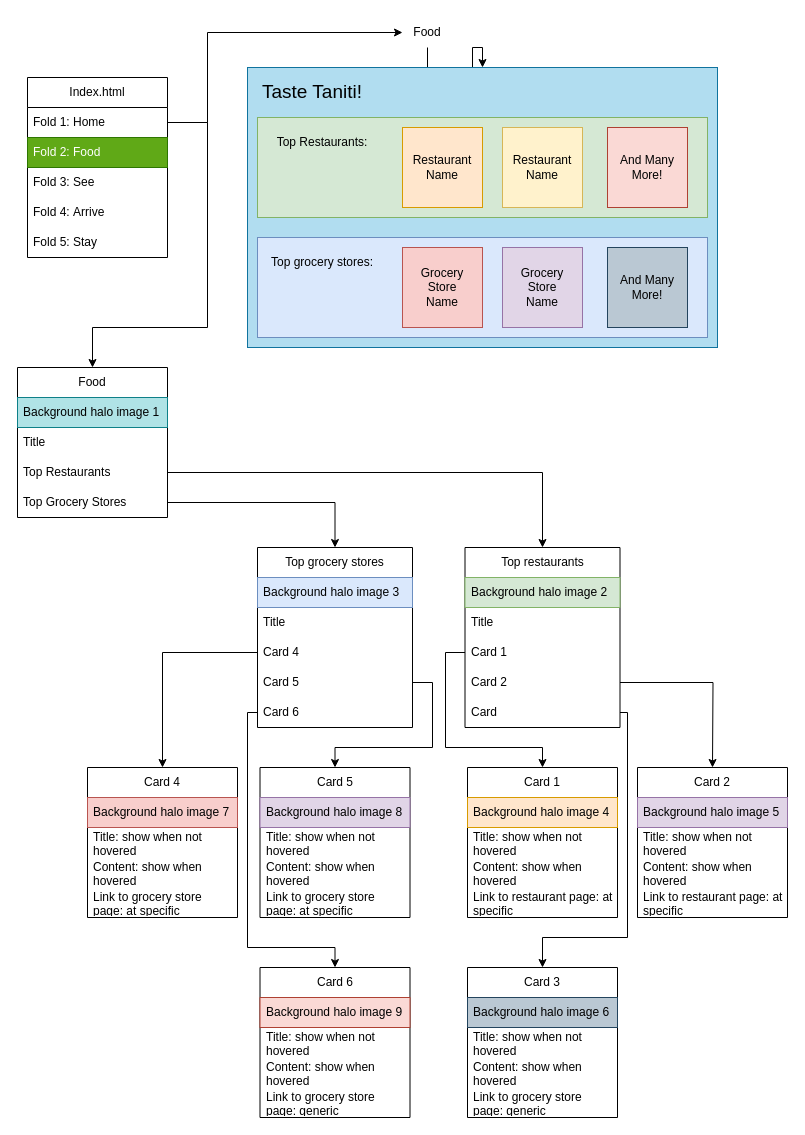
Before: page "Index: Content" (2 of 4) of Wireframe.drawio in Travis-DV/WGU_D479-User-Experience-Design, a draw.io diagram. Source tidied: cells renumbered, new cells numbered last; positions are measured from the earlier drawing's top-left corner, leaving out a move shared by most shapes. Both pictures are drawn from the tidied source at 100%, with x=0, y=0 at pixel (17, 17).
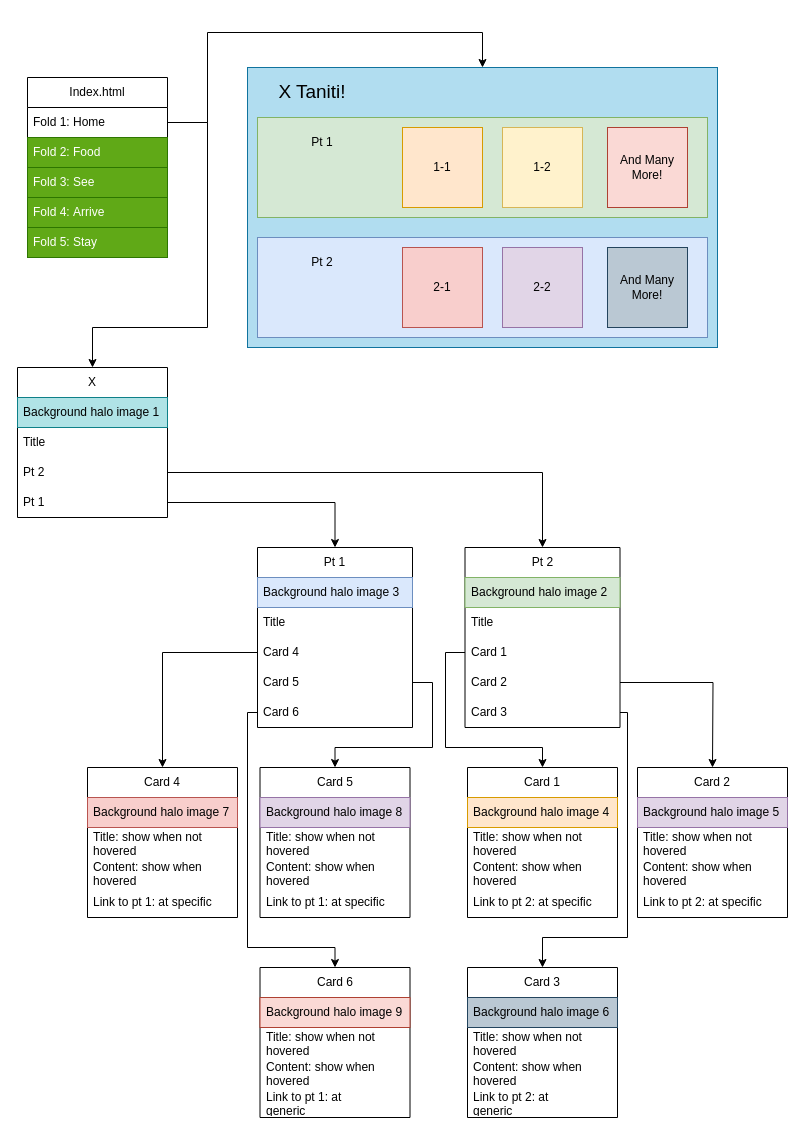
After the change.

The change refers to these unchanged cells:
```xml
<mxCell id="3" value="Index.html" style="swimlane;fontStyle=0;horizontal=1;startSize=30;whiteSpace=wrap;html=1;" parent="1" vertex="1">
  <mxGeometry x="10" y="60" width="140" height="180" as="geometry" />
</mxCell>
<mxCell id="11" style="rounded=0;whiteSpace=wrap;html=1;fillColor=#b1ddf0;strokeColor=#10739e;" parent="1" vertex="1">
  <mxGeometry x="230" y="50" width="470" height="280" as="geometry" />
</mxCell>
<mxCell id="45" value="Card 4" style="swimlane;fontStyle=0;horizontal=1;startSize=30;whiteSpace=wrap;html=1;" parent="1" vertex="1">
  <mxGeometry x="70" y="750" width="150" height="150" as="geometry" />
</mxCell>
<mxCell id="50" value="Card 5" style="swimlane;fontStyle=0;horizontal=1;startSize=30;whiteSpace=wrap;html=1;" parent="1" vertex="1">
  <mxGeometry x="242.5" y="750" width="150" height="150" as="geometry" />
</mxCell>
<mxCell id="57" value="Card 1" style="swimlane;fontStyle=0;horizontal=1;startSize=30;whiteSpace=wrap;html=1;" parent="1" vertex="1">
  <mxGeometry x="450" y="750" width="150" height="150" as="geometry" />
</mxCell>
<mxCell id="62" value="Card 2" style="swimlane;fontStyle=0;horizontal=1;startSize=30;whiteSpace=wrap;html=1;" parent="1" vertex="1">
  <mxGeometry x="620" y="750" width="150" height="150" as="geometry" />
</mxCell>
<mxCell id="73" value="Card 6" style="swimlane;fontStyle=0;horizontal=1;startSize=30;whiteSpace=wrap;html=1;" parent="1" vertex="1">
  <mxGeometry x="242.5" y="950" width="150" height="150" as="geometry" />
</mxCell>
<mxCell id="78" value="Card 3" style="swimlane;fontStyle=0;horizontal=1;startSize=30;whiteSpace=wrap;html=1;" parent="1" vertex="1">
  <mxGeometry x="450" y="950" width="150" height="150" as="geometry" />
</mxCell>
```

Change to the diagram source:
```diff
@@
-    <mxCell id="2" style="edgeStyle=orthogonalEdgeStyle;rounded=0;jettySize=auto;html=1;exitX=1;exitY=0.25;exitDx=0;exitDy=0;entryX=0;entryY=0.5;entryDx=0;entryDy=0;" parent="1" edge="1" source="3" target="10">
+    <mxCell id="2" style="edgeStyle=orthogonalEdgeStyle;rounded=0;jettySize=auto;html=1;exitX=1;exitY=0.25;exitDx=0;exitDy=0;entryX=0.5;entryY=0;entryDx=0;entryDy=0;" parent="1" edge="1" source="3" target="11">
       <mxGeometry relative="1" as="geometry">
         <Array as="points">
           <mxPoint x="190" y="105" />
           <mxPoint x="190" y="15" />
+          <mxPoint x="465" y="15" />
         </Array>
       </mxGeometry>
     </mxCell>
@@
-    <mxCell id="6" value="Fold 3:&amp;nbsp;See" style="text;strokeColor=none;fillColor=none;align=left;verticalAlign=middle;spacingLeft=4;spacingRight=4;overflow=hidden;whiteSpace=wrap;html=1;" parent="3" vertex="1">
+    <mxCell id="6" value="Fold 3:&amp;nbsp;See" style="text;strokeColor=#2D7600;fillColor=#60a917;align=left;verticalAlign=middle;spacingLeft=4;spacingRight=4;overflow=hidden;whiteSpace=wrap;html=1;fontColor=light-dark(#FFFFFF,#FFFFFF);" parent="3" vertex="1">
       <mxGeometry y="90" width="140" height="30" as="geometry" />
     </mxCell>
-    <mxCell id="7" value="Fold 4:&amp;nbsp;Arrive" style="text;strokeColor=none;fillColor=none;align=left;verticalAlign=middle;spacingLeft=4;spacingRight=4;overflow=hidden;whiteSpace=wrap;html=1;" parent="3" vertex="1">
+    <mxCell id="7" value="Fold 4:&amp;nbsp;Arrive" style="text;strokeColor=#2D7600;fillColor=#60a917;align=left;verticalAlign=middle;spacingLeft=4;spacingRight=4;overflow=hidden;whiteSpace=wrap;html=1;fontColor=light-dark(#FFFFFF,#FFFFFF);" parent="3" vertex="1">
       <mxGeometry y="120" width="140" height="30" as="geometry" />
     </mxCell>
-    <mxCell id="8" value="Fold 5: Stay" style="text;strokeColor=none;fillColor=none;align=left;verticalAlign=middle;spacingLeft=4;spacingRight=4;overflow=hidden;whiteSpace=wrap;html=1;" parent="3" vertex="1">
+    <mxCell id="8" value="Fold 5: Stay" style="text;strokeColor=#2D7600;fillColor=#60a917;align=left;verticalAlign=middle;spacingLeft=4;spacingRight=4;overflow=hidden;whiteSpace=wrap;html=1;fontColor=light-dark(#FFFFFF,#FFFFFF);" parent="3" vertex="1">
       <mxGeometry y="150" width="140" height="30" as="geometry" />
     </mxCell>
-    <mxCell id="9" style="edgeStyle=orthogonalEdgeStyle;rounded=0;jettySize=auto;html=1;exitX=0.5;exitY=1;exitDx=0;exitDy=0;entryX=0.5;entryY=0;entryDx=0;entryDy=0;" parent="1" edge="1" source="10" target="11">
-      <mxGeometry relative="1" as="geometry" />
-    </mxCell>
-    <mxCell id="10" value="Food" style="text;html=1;whiteSpace=wrap;strokeColor=none;fillColor=none;align=center;verticalAlign=middle;rounded=0;" parent="1" vertex="1">
-      <mxGeometry x="385" width="50" height="30" as="geometry" />
-    </mxCell>
@@
-    <mxCell id="12" value="Taste Taniti!" style="text;html=1;whiteSpace=wrap;strokeColor=none;fillColor=none;align=center;verticalAlign=middle;rounded=0;fontSize=19;" parent="1" vertex="1">
+    <mxCell id="12" value="X Taniti!" style="text;html=1;whiteSpace=wrap;strokeColor=none;fillColor=none;align=center;verticalAlign=middle;rounded=0;fontSize=19;" parent="1" vertex="1">
       <mxGeometry x="240" y="60" width="110" height="30" as="geometry" />
     </mxCell>
-    <mxCell id="13" value="Food" style="swimlane;fontStyle=0;horizontal=1;startSize=30;whiteSpace=wrap;html=1;" parent="1" vertex="1">
+    <mxCell id="13" value="X" style="swimlane;fontStyle=0;horizontal=1;startSize=30;whiteSpace=wrap;html=1;" parent="1" vertex="1">
       <mxGeometry y="350" width="150" height="150" as="geometry" />
     </mxCell>
@@
-    <mxCell id="16" value="Top Restaurants" style="text;strokeColor=none;fillColor=none;align=left;verticalAlign=middle;spacingLeft=4;spacingRight=4;overflow=hidden;points=[[0,0.5],[1,0.5]];portConstraint=eastwest;whiteSpace=wrap;html=1;" parent="13" vertex="1">
+    <mxCell id="16" value="Pt 2" style="text;strokeColor=none;fillColor=none;align=left;verticalAlign=middle;spacingLeft=4;spacingRight=4;overflow=hidden;points=[[0,0.5],[1,0.5]];portConstraint=eastwest;whiteSpace=wrap;html=1;" parent="13" vertex="1">
       <mxGeometry y="90" width="150" height="30" as="geometry" />
     </mxCell>
-    <mxCell id="17" value="Top Grocery Stores" style="text;strokeColor=none;fillColor=none;align=left;verticalAlign=middle;spacingLeft=4;spacingRight=4;overflow=hidden;points=[[0,0.5],[1,0.5]];portConstraint=eastwest;whiteSpace=wrap;html=1;" parent="13" vertex="1">
+    <mxCell id="17" value="&lt;div&gt;Pt 1&lt;/div&gt;" style="text;strokeColor=none;fillColor=none;align=left;verticalAlign=middle;spacingLeft=4;spacingRight=4;overflow=hidden;points=[[0,0.5],[1,0.5]];portConstraint=eastwest;whiteSpace=wrap;html=1;" parent="13" vertex="1">
       <mxGeometry y="120" width="150" height="30" as="geometry" />
     </mxCell>
@@
-    <mxCell id="20" value="Top Restaurants:" style="text;html=1;whiteSpace=wrap;strokeColor=none;fillColor=none;align=center;verticalAlign=middle;rounded=0;" parent="1" vertex="1">
+    <mxCell id="20" value="Pt 1" style="text;html=1;whiteSpace=wrap;strokeColor=none;fillColor=none;align=center;verticalAlign=middle;rounded=0;" parent="1" vertex="1">
       <mxGeometry x="250" y="110" width="110" height="30" as="geometry" />
     </mxCell>
@@
-    <mxCell id="22" value="Top grocery stores:" style="text;html=1;whiteSpace=wrap;strokeColor=none;fillColor=none;align=center;verticalAlign=middle;rounded=0;" parent="1" vertex="1">
+    <mxCell id="22" value="Pt 2" style="text;html=1;whiteSpace=wrap;strokeColor=none;fillColor=none;align=center;verticalAlign=middle;rounded=0;" parent="1" vertex="1">
       <mxGeometry x="250" y="230" width="110" height="30" as="geometry" />
     </mxCell>
@@
-    <mxCell id="24" value="Restaurant Name" style="text;html=1;whiteSpace=wrap;strokeColor=none;fillColor=none;align=center;verticalAlign=middle;rounded=0;" parent="1" vertex="1">
+    <mxCell id="24" value="1-1" style="text;html=1;whiteSpace=wrap;strokeColor=none;fillColor=none;align=center;verticalAlign=middle;rounded=0;" parent="1" vertex="1">
       <mxGeometry x="395" y="135" width="60" height="30" as="geometry" />
     </mxCell>
@@
-    <mxCell id="26" value="Restaurant Name" style="text;html=1;whiteSpace=wrap;strokeColor=none;fillColor=none;align=center;verticalAlign=middle;rounded=0;" parent="1" vertex="1">
+    <mxCell id="26" value="1-2" style="text;html=1;whiteSpace=wrap;strokeColor=none;fillColor=none;align=center;verticalAlign=middle;rounded=0;" parent="1" vertex="1">
       <mxGeometry x="495" y="135" width="60" height="30" as="geometry" />
     </mxCell>
@@
-    <mxCell id="28" value="Grocery Store Name" style="text;html=1;whiteSpace=wrap;strokeColor=none;fillColor=none;align=center;verticalAlign=middle;rounded=0;" parent="1" vertex="1">
+    <mxCell id="28" value="2-1" style="text;html=1;whiteSpace=wrap;strokeColor=none;fillColor=none;align=center;verticalAlign=middle;rounded=0;" parent="1" vertex="1">
       <mxGeometry x="395" y="255" width="60" height="30" as="geometry" />
     </mxCell>
@@
-    <mxCell id="30" value="Grocery Store Name" style="text;html=1;whiteSpace=wrap;strokeColor=none;fillColor=none;align=center;verticalAlign=middle;rounded=0;" parent="1" vertex="1">
+    <mxCell id="30" value="2-2" style="text;html=1;whiteSpace=wrap;strokeColor=none;fillColor=none;align=center;verticalAlign=middle;rounded=0;" parent="1" vertex="1">
       <mxGeometry x="495" y="255" width="60" height="30" as="geometry" />
     </mxCell>
-    <mxCell id="31" value="Top restaurants" style="swimlane;fontStyle=0;horizontal=1;startSize=30;whiteSpace=wrap;html=1;" parent="1" vertex="1">
+    <mxCell id="31" value="Pt 2" style="swimlane;fontStyle=0;horizontal=1;startSize=30;whiteSpace=wrap;html=1;" parent="1" vertex="1">
       <mxGeometry x="447.5" y="530" width="155" height="180" as="geometry" />
     </mxCell>
@@
-    <mxCell id="36" value="Card" style="text;strokeColor=none;fillColor=none;align=left;verticalAlign=middle;spacingLeft=4;spacingRight=4;overflow=hidden;points=[[0,0.5],[1,0.5]];portConstraint=eastwest;whiteSpace=wrap;html=1;" parent="31" vertex="1">
+    <mxCell id="36" value="Card 3" style="text;strokeColor=none;fillColor=none;align=left;verticalAlign=middle;spacingLeft=4;spacingRight=4;overflow=hidden;points=[[0,0.5],[1,0.5]];portConstraint=eastwest;whiteSpace=wrap;html=1;" parent="31" vertex="1">
       <mxGeometry y="150" width="155" height="30" as="geometry" />
     </mxCell>
-    <mxCell id="37" value="Top grocery stores" style="swimlane;fontStyle=0;horizontal=1;startSize=30;whiteSpace=wrap;html=1;" parent="1" vertex="1">
+    <mxCell id="37" value="Pt 1" style="swimlane;fontStyle=0;horizontal=1;startSize=30;whiteSpace=wrap;html=1;" parent="1" vertex="1">
       <mxGeometry x="240" y="530" width="155" height="180" as="geometry" />
     </mxCell>
@@
-    <mxCell id="49" value="Link to grocery store page: at specific" style="text;strokeColor=none;fillColor=none;align=left;verticalAlign=middle;spacingLeft=4;spacingRight=4;overflow=hidden;whiteSpace=wrap;html=1;" parent="45" vertex="1">
-      <mxGeometry y="120" width="150" height="30" as="geometry" />
-    </mxCell>
+    <mxCell id="85" value="Link to pt 1: at specific" style="text;strokeColor=none;fillColor=none;align=left;verticalAlign=middle;spacingLeft=4;spacingRight=4;overflow=hidden;whiteSpace=wrap;html=1;" parent="45" vertex="1">
+      <mxGeometry y="120" width="150" height="30" as="geometry" />
+    </mxCell>
@@
-    <mxCell id="54" value="Link to grocery store page: at specific" style="text;strokeColor=none;fillColor=none;align=left;verticalAlign=middle;spacingLeft=4;spacingRight=4;overflow=hidden;whiteSpace=wrap;html=1;" parent="50" vertex="1">
+    <mxCell id="54" value="Link to pt 1: at specific" style="text;strokeColor=none;fillColor=none;align=left;verticalAlign=middle;spacingLeft=4;spacingRight=4;overflow=hidden;whiteSpace=wrap;html=1;" parent="50" vertex="1">
       <mxGeometry y="120" width="150" height="30" as="geometry" />
     </mxCell>
@@
-    <mxCell id="61" value="Link to restaurant page: at specific" style="text;strokeColor=none;fillColor=none;align=left;verticalAlign=middle;spacingLeft=4;spacingRight=4;overflow=hidden;whiteSpace=wrap;html=1;" parent="57" vertex="1">
+    <mxCell id="61" value="Link to pt 2: at specific" style="text;strokeColor=none;fillColor=none;align=left;verticalAlign=middle;spacingLeft=4;spacingRight=4;overflow=hidden;whiteSpace=wrap;html=1;" parent="57" vertex="1">
       <mxGeometry y="120" width="150" height="30" as="geometry" />
     </mxCell>
@@
-    <mxCell id="66" value="Link to restaurant page: at specific" style="text;strokeColor=none;fillColor=none;align=left;verticalAlign=middle;spacingLeft=4;spacingRight=4;overflow=hidden;whiteSpace=wrap;html=1;" parent="62" vertex="1">
+    <mxCell id="66" value="Link to pt 2: at specific" style="text;strokeColor=none;fillColor=none;align=left;verticalAlign=middle;spacingLeft=4;spacingRight=4;overflow=hidden;whiteSpace=wrap;html=1;" parent="62" vertex="1">
       <mxGeometry y="120" width="150" height="30" as="geometry" />
     </mxCell>
@@
-    <mxCell id="77" value="Link to grocery store page: generic" style="text;strokeColor=none;fillColor=none;align=left;verticalAlign=middle;spacingLeft=4;spacingRight=4;overflow=hidden;whiteSpace=wrap;html=1;" parent="73" vertex="1">
+    <mxCell id="77" value="&lt;div&gt;Link to pt 1: at&amp;nbsp;&lt;/div&gt;&lt;div&gt;generic&lt;/div&gt;" style="text;strokeColor=none;fillColor=none;align=left;verticalAlign=middle;spacingLeft=4;spacingRight=4;overflow=hidden;whiteSpace=wrap;html=1;" parent="73" vertex="1">
       <mxGeometry y="120" width="150" height="30" as="geometry" />
     </mxCell>
@@
-    <mxCell id="82" value="Link to grocery store page: generic" style="text;strokeColor=none;fillColor=none;align=left;verticalAlign=middle;spacingLeft=4;spacingRight=4;overflow=hidden;whiteSpace=wrap;html=1;" parent="78" vertex="1">
+    <mxCell id="82" value="&lt;div&gt;Link to pt 2: at&amp;nbsp;&lt;/div&gt;&lt;div&gt;generic&lt;/div&gt;" style="text;strokeColor=none;fillColor=none;align=left;verticalAlign=middle;spacingLeft=4;spacingRight=4;overflow=hidden;whiteSpace=wrap;html=1;" parent="78" vertex="1">
       <mxGeometry y="120" width="150" height="30" as="geometry" />
     </mxCell>
```
